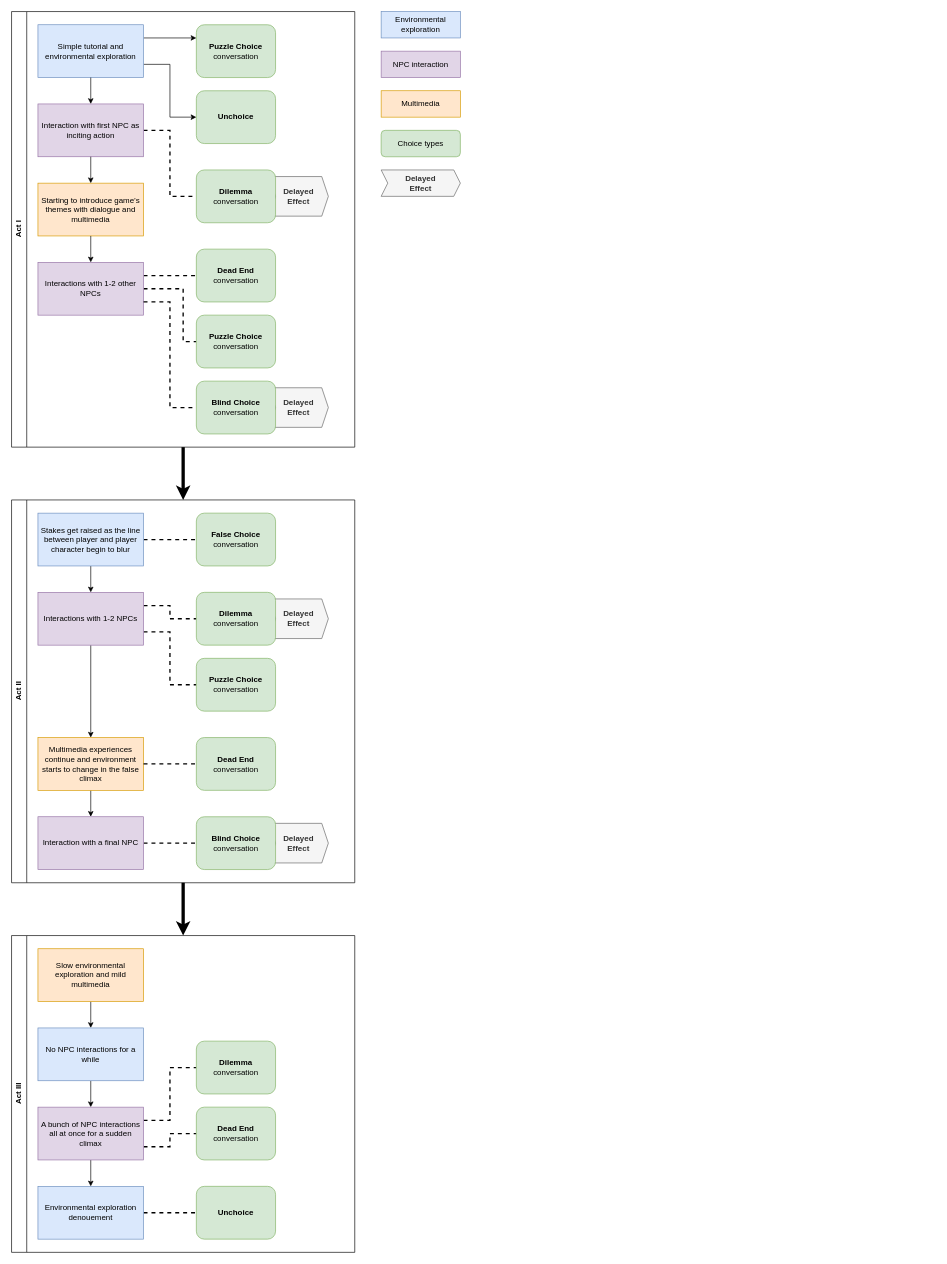
Above: Assets/Conversations/PlotStructure.drawio in Owmacohe/UNDERSCORE (draw.io), before the change. Source tidied: cells renumbered, new cells numbered last; positions are measured from the earlier drawing's top-left corner, leaving out a move shared by most shapes. Both pictures are drawn from the tidied source at 66%, with x=0, y=0 at pixel (11, 11).
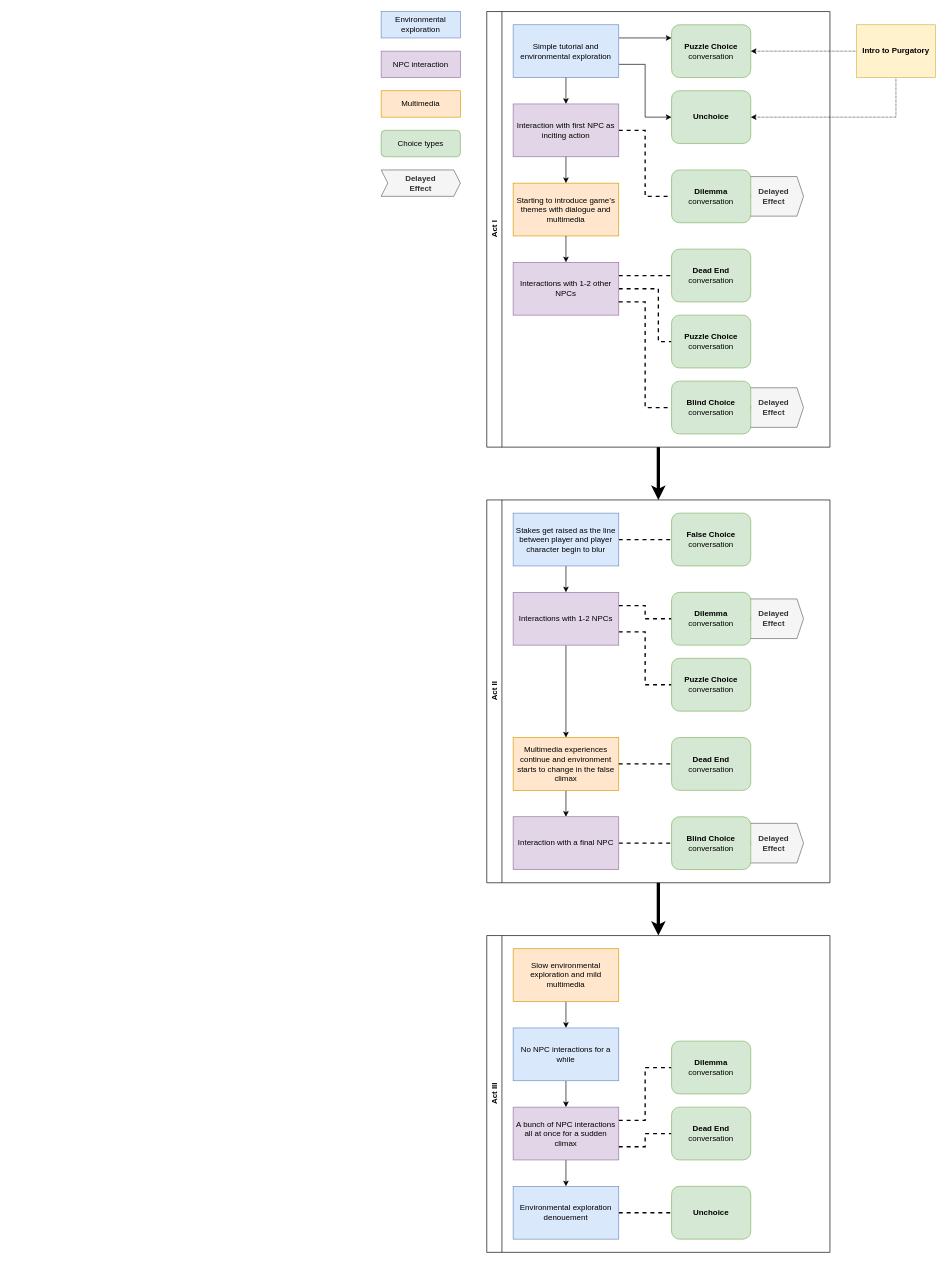
After the change.

The change refers to these unchanged cells:
```xml
<mxCell id="22" value="&lt;b style=&quot;border-color: var(--border-color);&quot;&gt;Puzzle Choice&lt;/b&gt;&lt;br style=&quot;border-color: var(--border-color);&quot;&gt;conversation" style="rounded=1;whiteSpace=wrap;html=1;fillColor=#d5e8d4;strokeColor=#82b366;" parent="2" vertex="1">
  <mxGeometry x="280" y="20" width="120" height="80" as="geometry" />
</mxCell>
<mxCell id="23" value="&lt;b&gt;Unchoice&lt;/b&gt;" style="rounded=1;whiteSpace=wrap;html=1;fillColor=#d5e8d4;strokeColor=#82b366;" parent="2" vertex="1">
  <mxGeometry x="280" y="120" width="120" height="80" as="geometry" />
</mxCell>
```

Diff of the diagram source:
```diff
@@
     <mxCell id="2" value="Act I" style="swimlane;horizontal=0;whiteSpace=wrap;html=1;" parent="1" vertex="1">
-      <mxGeometry width="520" height="660" as="geometry" />
+      <mxGeometry x="720" width="520" height="660" as="geometry" />
     </mxCell>
@@
     <mxCell id="26" value="Act II" style="swimlane;horizontal=0;whiteSpace=wrap;html=1;" parent="1" vertex="1">
-      <mxGeometry y="740" width="520" height="580" as="geometry" />
+      <mxGeometry x="720" y="740" width="520" height="580" as="geometry" />
     </mxCell>
@@
     <mxCell id="46" value="Act III" style="swimlane;horizontal=0;whiteSpace=wrap;html=1;" parent="1" vertex="1">
-      <mxGeometry y="1400" width="520" height="480" as="geometry" />
+      <mxGeometry x="720" y="1400" width="520" height="480" as="geometry" />
     </mxCell>
@@
+    <mxCell id="65" style="edgeStyle=orthogonalEdgeStyle;rounded=0;jettySize=auto;html=1;exitX=0;exitY=0.5;exitDx=0;exitDy=0;entryX=1;entryY=0.5;entryDx=0;entryDy=0;dashed=1;dashPattern=1 1;" parent="1" edge="1" source="67" target="22">
+      <mxGeometry relative="1" as="geometry" />
+    </mxCell>
+    <mxCell id="66" style="edgeStyle=orthogonalEdgeStyle;rounded=0;jettySize=auto;html=1;exitX=0.5;exitY=1;exitDx=0;exitDy=0;entryX=1;entryY=0.5;entryDx=0;entryDy=0;dashed=1;dashPattern=1 1;" parent="1" edge="1" source="67" target="23">
+      <mxGeometry relative="1" as="geometry" />
+    </mxCell>
+    <mxCell id="67" value="&lt;b&gt;Intro to Purgatory&lt;/b&gt;" style="rounded=0;whiteSpace=wrap;html=1;fillColor=#fff2cc;strokeColor=#d6b656;" parent="1" vertex="1">
+      <mxGeometry x="1280" y="20" width="120" height="80" as="geometry" />
+    </mxCell>
```
